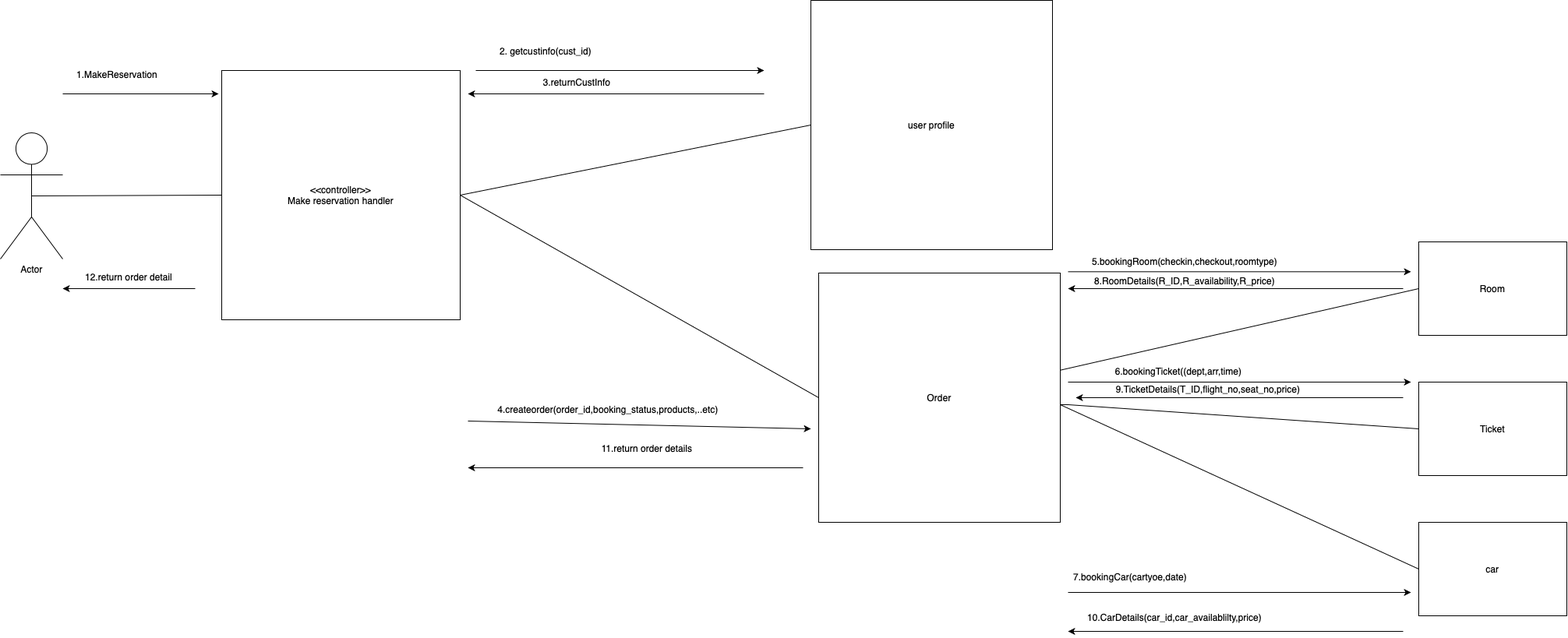
YousseFaltas/SW-Database-management keeps this draw.io diagram as software engineering/deliverable 5/communication diagrams/make_a_reservation.drawio.png. Above is the earlier version. Source tidied: cells renumbered, new cells last; positions are measured from the earlier drawing's top-left corner, leaving out a move shared by most shapes.
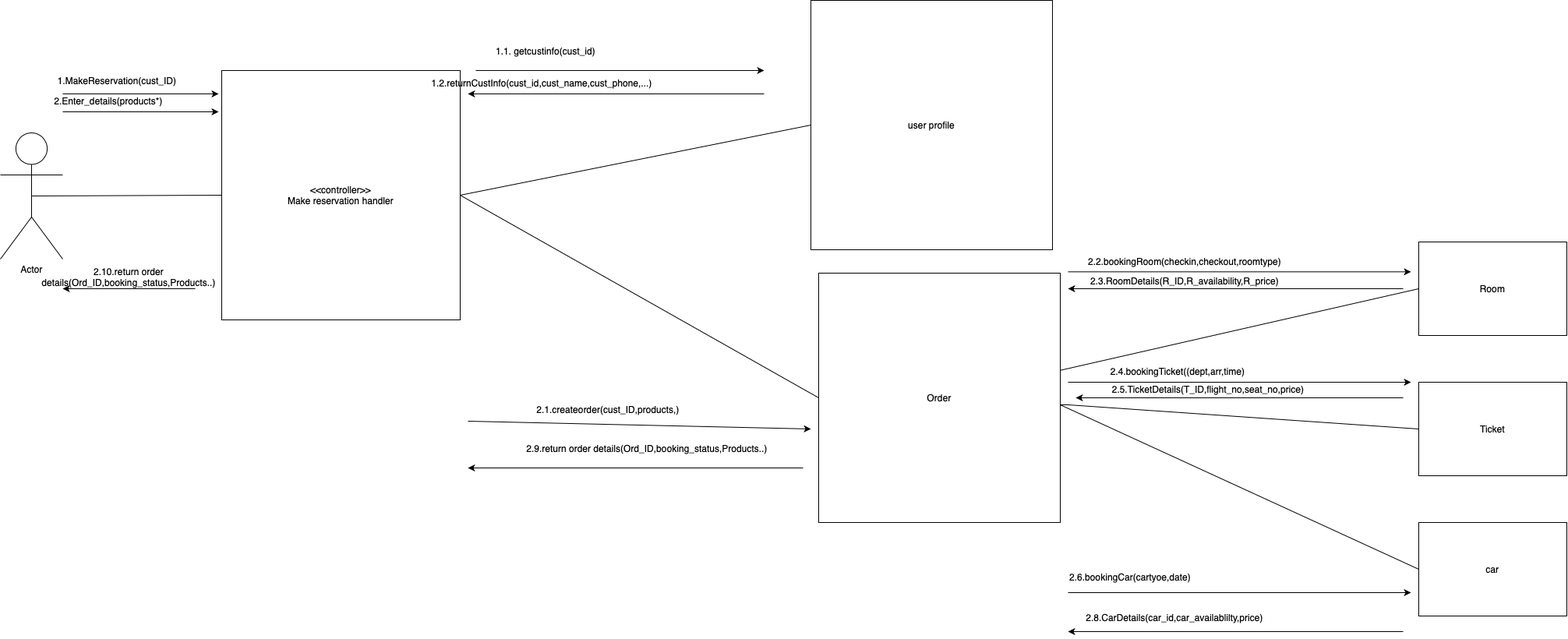
The same file after the commit.

Change to the diagram source:
```diff
@@ -8,8 +8,8 @@
     <mxCell id="3" value="&amp;lt;&amp;lt;controller&amp;gt;&amp;gt;&lt;div&gt;Make reservation handler&lt;/div&gt;" style="rounded=0;whiteSpace=wrap;html=1;" parent="1" vertex="1">
       <mxGeometry x="284" y="90" width="306" height="320" as="geometry" />
     </mxCell>
-    <mxCell id="4" value="1.MakeReservation" style="text;html=1;align=center;verticalAlign=middle;whiteSpace=wrap;rounded=0;" parent="1" vertex="1">
-      <mxGeometry x="80" y="80" width="140" height="30" as="geometry" />
+    <mxCell id="4" value="1.MakeReservation(cust_ID)" style="text;html=1;align=center;verticalAlign=middle;whiteSpace=wrap;rounded=0;" parent="1" vertex="1">
+      <mxGeometry x="80" y="88" width="140" height="30" as="geometry" />
     </mxCell>
     <mxCell id="5" value="user profile" style="rounded=0;whiteSpace=wrap;html=1;" parent="1" vertex="1">
       <mxGeometry x="1040" width="310" height="320" as="geometry" />
@@ -57,7 +57,7 @@
         <mxPoint x="1040" y="550" as="targetPoint" />
       </mxGeometry>
     </mxCell>
-    <mxCell id="17" value="2. getcustinfo(cust_id)" style="text;html=1;align=center;verticalAlign=middle;whiteSpace=wrap;rounded=0;" parent="1" vertex="1">
+    <mxCell id="17" value="1.1. getcustinfo(cust_id)" style="text;html=1;align=center;verticalAlign=middle;whiteSpace=wrap;rounded=0;" parent="1" vertex="1">
       <mxGeometry x="600" y="50" width="200" height="30" as="geometry" />
     </mxCell>
     <mxCell id="18" style="endArrow=classic;html=1;rounded=0;" parent="1" edge="1">
@@ -72,7 +72,7 @@
         <mxPoint x="980" y="90" as="targetPoint" />
       </mxGeometry>
     </mxCell>
-    <mxCell id="20" value="4.createorder(order_id,booking_status,products,..etc)" style="text;html=1;align=center;verticalAlign=middle;whiteSpace=wrap;rounded=0;" parent="1" vertex="1">
+    <mxCell id="20" value="2.1.createorder(cust_ID,products,)" style="text;html=1;align=center;verticalAlign=middle;whiteSpace=wrap;rounded=0;" parent="1" vertex="1">
       <mxGeometry x="750" y="510" width="60" height="30" as="geometry" />
     </mxCell>
     <mxCell id="21" style="endArrow=classic;html=1;rounded=0;" parent="1" edge="1">
@@ -81,8 +81,8 @@
         <mxPoint x="600" y="120" as="targetPoint" />
       </mxGeometry>
     </mxCell>
-    <mxCell id="22" value="3.returnCustInfo" style="text;html=1;align=center;verticalAlign=middle;whiteSpace=wrap;rounded=0;" parent="1" vertex="1">
-      <mxGeometry x="710" y="90" width="60" height="30" as="geometry" />
+    <mxCell id="22" value="1.2.returnCustInfo(cust_id,cust_name,cust_phone,...)" style="text;html=1;align=center;verticalAlign=middle;whiteSpace=wrap;rounded=0;" parent="1" vertex="1">
+      <mxGeometry x="665" y="91" width="60" height="30" as="geometry" />
     </mxCell>
     <mxCell id="23" style="endArrow=classic;html=1;rounded=0;" parent="1" edge="1">
       <mxGeometry relative="1" as="geometry">
@@ -90,7 +90,7 @@
         <mxPoint x="1810" y="348.3" as="targetPoint" />
       </mxGeometry>
     </mxCell>
-    <mxCell id="24" value="5.bookingRoom(checkin,checkout,roomtype)" style="text;html=1;align=center;verticalAlign=middle;whiteSpace=wrap;rounded=0;" parent="1" vertex="1">
+    <mxCell id="24" value="2.2.bookingRoom(checkin,checkout,roomtype)" style="text;html=1;align=center;verticalAlign=middle;whiteSpace=wrap;rounded=0;" parent="1" vertex="1">
       <mxGeometry x="1490" y="320" width="60" height="30" as="geometry" />
     </mxCell>
     <mxCell id="25" style="endArrow=classic;html=1;rounded=0;" parent="1" edge="1">
@@ -99,8 +99,8 @@
         <mxPoint x="1810" y="490" as="targetPoint" />
       </mxGeometry>
     </mxCell>
-    <mxCell id="26" value="6.bookingTicket((dept,arr,time)" style="text;html=1;align=center;verticalAlign=middle;whiteSpace=wrap;rounded=0;" parent="1" vertex="1">
-      <mxGeometry x="1392" y="461" width="240" height="30" as="geometry" />
+    <mxCell id="26" value="2.4.bookingTicket((dept,arr,time)" style="text;html=1;align=center;verticalAlign=middle;whiteSpace=wrap;rounded=0;" parent="1" vertex="1">
+      <mxGeometry x="1391" y="461" width="240" height="30" as="geometry" />
     </mxCell>
     <mxCell id="27" style="endArrow=classic;html=1;rounded=0;" parent="1" edge="1">
       <mxGeometry relative="1" as="geometry">
@@ -114,7 +114,7 @@
         <mxPoint x="1810" y="760" as="targetPoint" />
       </mxGeometry>
     </mxCell>
-    <mxCell id="29" value="7.bookingCar(cartyoe,date)" style="text;html=1;align=center;verticalAlign=middle;whiteSpace=wrap;rounded=0;" parent="1" vertex="1">
+    <mxCell id="29" value="2.6.bookingCar(cartyoe,date)" style="text;html=1;align=center;verticalAlign=middle;whiteSpace=wrap;rounded=0;" parent="1" vertex="1">
       <mxGeometry x="1420" y="725" width="60" height="30" as="geometry" />
     </mxCell>
     <mxCell id="30" style="endArrow=classic;html=1;rounded=0;" parent="1" edge="1">
@@ -129,13 +129,13 @@
         <mxPoint x="1370" y="810" as="targetPoint" />
       </mxGeometry>
     </mxCell>
-    <mxCell id="32" value="8.RoomDetails(R_ID,R_availability,R_price)" style="text;html=1;align=center;verticalAlign=middle;whiteSpace=wrap;rounded=0;" parent="1" vertex="1">
+    <mxCell id="32" value="2.3.RoomDetails(R_ID,R_availability,R_price)" style="text;html=1;align=center;verticalAlign=middle;whiteSpace=wrap;rounded=0;" parent="1" vertex="1">
       <mxGeometry x="1490" y="345" width="60" height="30" as="geometry" />
     </mxCell>
-    <mxCell id="33" value="9.TicketDetails(T_ID,flight_no,seat_no,price)" style="text;html=1;align=center;verticalAlign=middle;whiteSpace=wrap;rounded=0;" parent="1" vertex="1">
+    <mxCell id="33" value="2.5.TicketDetails(T_ID,flight_no,seat_no,price)" style="text;html=1;align=center;verticalAlign=middle;whiteSpace=wrap;rounded=0;" parent="1" vertex="1">
       <mxGeometry x="1520" y="484" width="60" height="30" as="geometry" />
     </mxCell>
-    <mxCell id="34" value="10.CarDetails(car_id,car_availablilty,price)" style="text;html=1;align=center;verticalAlign=middle;whiteSpace=wrap;rounded=0;" parent="1" vertex="1">
+    <mxCell id="34" value="2.8.CarDetails(car_id,car_availablilty,price)" style="text;html=1;align=center;verticalAlign=middle;whiteSpace=wrap;rounded=0;" parent="1" vertex="1">
       <mxGeometry x="1477" y="777" width="60" height="30" as="geometry" />
     </mxCell>
     <mxCell id="35" style="endArrow=classic;html=1;rounded=0;" parent="1" edge="1">
@@ -144,7 +144,7 @@
         <mxPoint x="600" y="600" as="targetPoint" />
       </mxGeometry>
     </mxCell>
-    <mxCell id="36" value="11.return order details" style="text;html=1;align=center;verticalAlign=middle;whiteSpace=wrap;rounded=0;" parent="1" vertex="1">
+    <mxCell id="36" value="2.9.return order details(Ord_ID,booking_status,Products..)" style="text;html=1;align=center;verticalAlign=middle;whiteSpace=wrap;rounded=0;" parent="1" vertex="1">
       <mxGeometry x="640" y="560" width="380" height="30" as="geometry" />
     </mxCell>
     <mxCell id="37" style="endArrow=classic;html=1;rounded=0;" parent="1" edge="1">
@@ -153,8 +153,17 @@
         <mxPoint x="80" y="370" as="targetPoint" />
       </mxGeometry>
     </mxCell>
-    <mxCell id="38" value="12.return order detail" style="text;html=1;align=center;verticalAlign=middle;whiteSpace=wrap;rounded=0;" parent="1" vertex="1">
+    <mxCell id="38" value="2.10.return order details(Ord_ID,booking_status,Products..)" style="text;html=1;align=center;verticalAlign=middle;whiteSpace=wrap;rounded=0;" parent="1" vertex="1">
       <mxGeometry x="70" y="340" width="190" height="30" as="geometry" />
     </mxCell>
+    <mxCell id="39" value="2.Enter_details(products*)" style="text;html=1;align=center;verticalAlign=middle;whiteSpace=wrap;rounded=0;" parent="1" vertex="1">
+      <mxGeometry x="69" y="114" width="140" height="30" as="geometry" />
+    </mxCell>
+    <mxCell id="40" style="endArrow=classic;html=1;rounded=0;" parent="1" edge="1">
+      <mxGeometry relative="1" as="geometry">
+        <mxPoint x="80" y="143" as="sourcePoint" />
+        <mxPoint x="280" y="143" as="targetPoint" />
+      </mxGeometry>
+    </mxCell>
   </root>
 </mxGraphModel>
```
